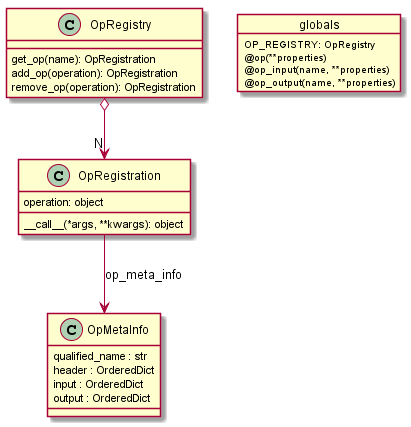
Before: doc/source/_static/uml/op.png, a diagram exported from PlantUML (CCI-Tools/cate).
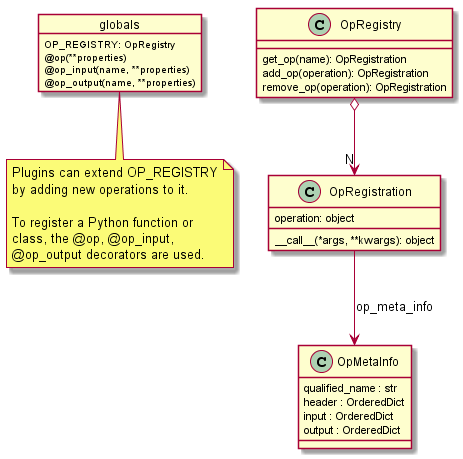
After the change.

Change to the diagram source:
```diff
@@ -1,4 +1,20 @@
 @startuml
+
+object globals {
+    OP_REGISTRY: OpRegistry
+    @op(**properties)
+    @op_input(name, **properties)
+    @op_output(name, **properties)
+}
+
+note bottom of globals
+Plugins can extend OP_REGISTRY
+by adding new operations to it.
+
+To register a Python function or
+class, the @op, @op_input,
+@op_output decorators are used.
+end note
 
 class OpRegistry {
     get_op(name): OpRegistration
@@ -23,11 +39,4 @@
 OpRegistry o--> "N" OpRegistration
 OpRegistration --> OpMetaInfo: op_meta_info
 
-object globals {
-    OP_REGISTRY: OpRegistry
-    @op(**properties)
-    @op_input(name, **properties)
-    @op_output(name, **properties)
-}
-
 @enduml
```
